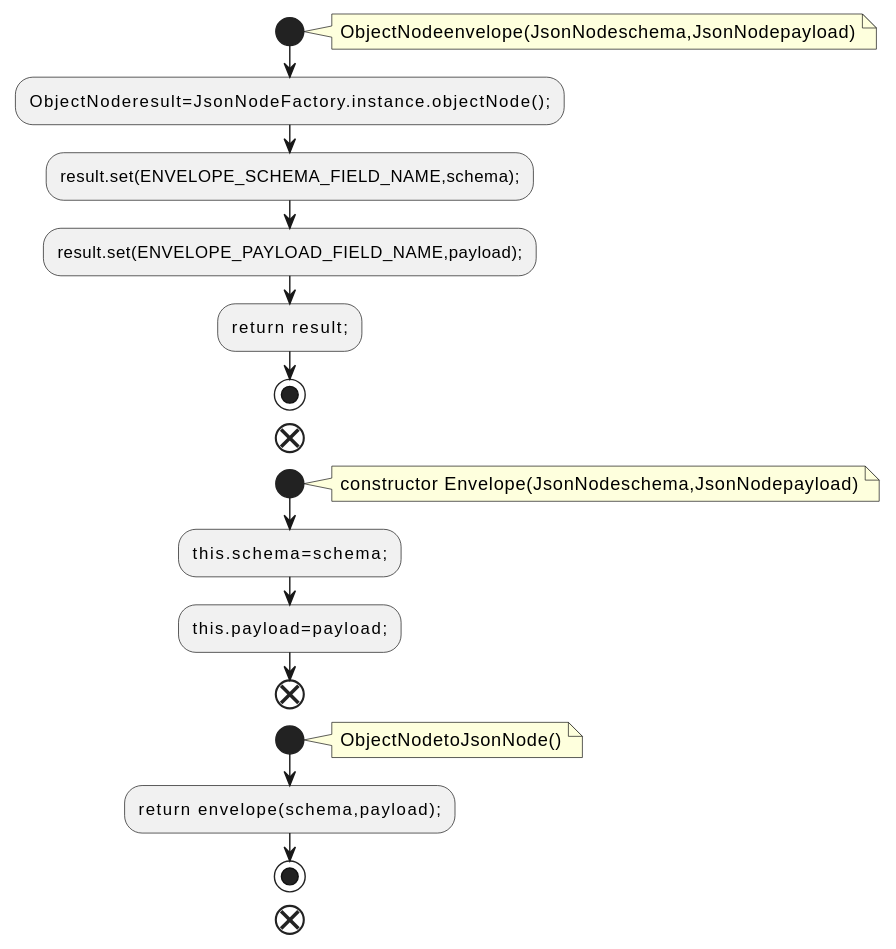
Above: docs/qc/connect/json/src/main/java/org/apache/kafka/connect/json/JsonSchema.java.fct.svg in qualitesys/kafka (PlantUML), before the change.
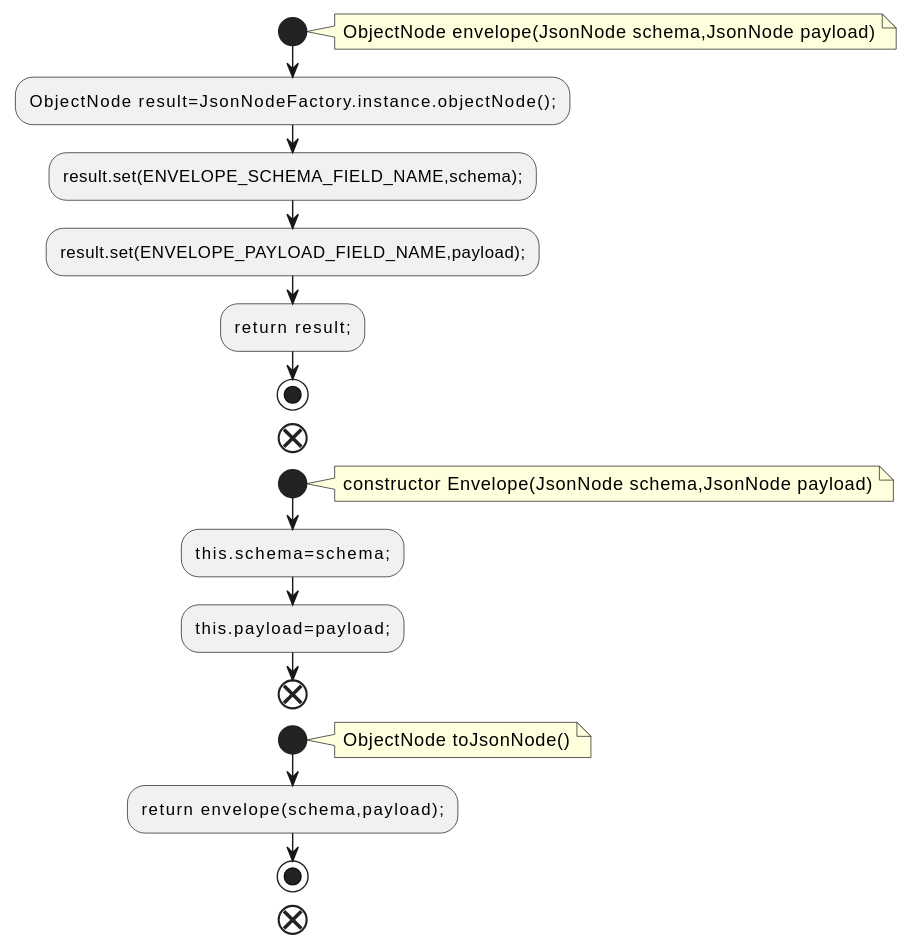
After the change.

What changed in the source:
```diff
@@ -2,9 +2,9 @@
 !pragma layout smetana
 start
 note right
-ObjectNodeenvelope(JsonNodeschema,JsonNodepayload)
+ObjectNode envelope(JsonNode schema,JsonNode payload)
 end note
-:ObjectNoderesult=JsonNodeFactory.instance.objectNode();;
+:ObjectNode result=JsonNodeFactory.instance.objectNode();;
 :result.set(ENVELOPE_SCHEMA_FIELD_NAME,schema);;
 :result.set(ENVELOPE_PAYLOAD_FIELD_NAME,payload);;
 :return result;;
@@ -12,14 +12,14 @@
 end
 start
 note right
-constructor Envelope(JsonNodeschema,JsonNodepayload)
+constructor Envelope(JsonNode schema,JsonNode payload)
 end note
 :this.schema=schema;;
 :this.payload=payload;;
 end
 start
 note right
-ObjectNodetoJsonNode()
+ObjectNode toJsonNode()
 end note
 :return envelope(schema,payload);;
 stop
```
